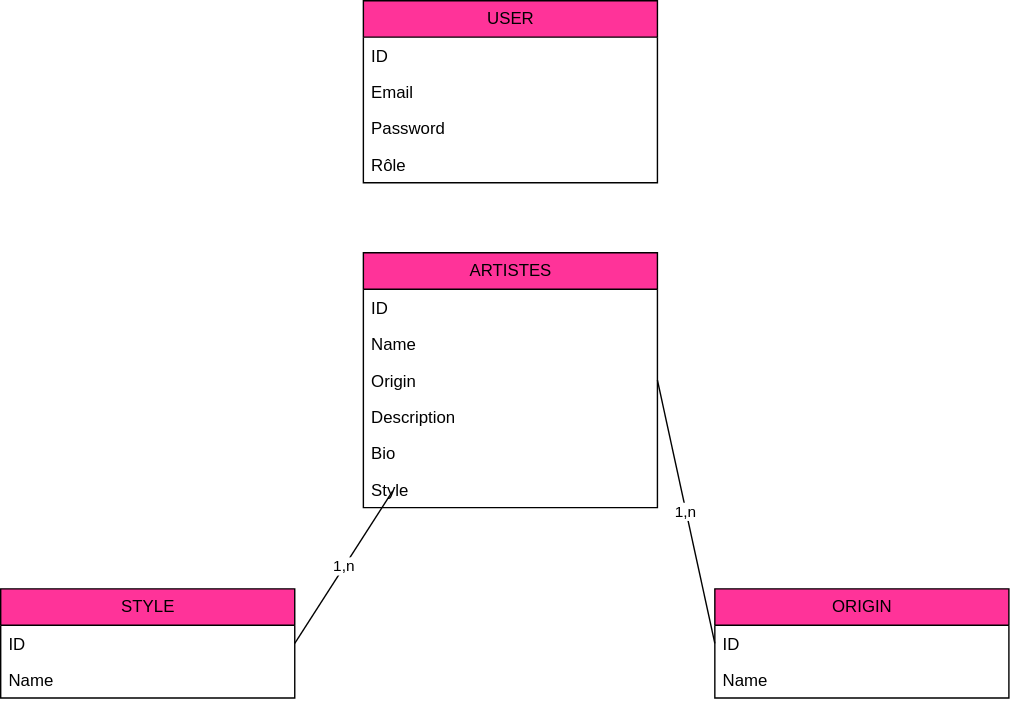
The draw.io diagram code/merise /MCD.drawio.svg in Domitch/souk-sonore-festival, before a commit. Source tidied: cells renumbered, new cells last; positions are measured from the earlier drawing's top-left corner, leaving out a move shared by most shapes.
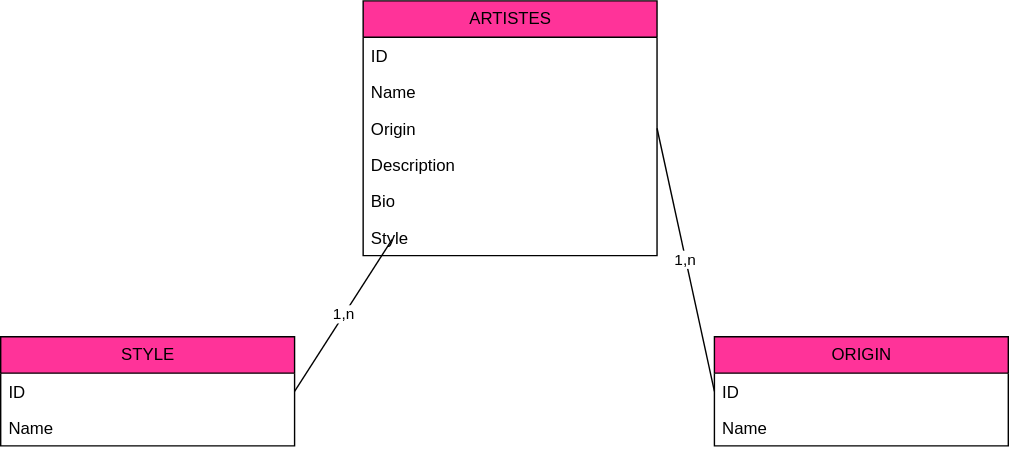
Above is the later version.

The edit, as a diff of the source:
```diff
@@ -2,21 +2,6 @@
   <root>
     <mxCell id="0" />
     <mxCell id="1" parent="0" />
-    <mxCell id="2" value="USER" style="swimlane;fontStyle=0;horizontal=1;startSize=26;fillColor=#FF3399;html=1;" parent="1" vertex="1">
-      <mxGeometry x="259" width="210" height="130" as="geometry" />
-    </mxCell>
-    <mxCell id="3" value="ID" style="text;strokeColor=none;fillColor=none;align=left;verticalAlign=top;spacingLeft=4;spacingRight=4;overflow=hidden;whiteSpace=wrap;html=1;" parent="2" vertex="1">
-      <mxGeometry y="26" width="210" height="26" as="geometry" />
-    </mxCell>
-    <mxCell id="4" value="Email&lt;span style=&quot;white-space: pre;&quot;&gt;&#9;&lt;/span&gt;" style="text;strokeColor=none;fillColor=none;align=left;verticalAlign=top;spacingLeft=4;spacingRight=4;overflow=hidden;whiteSpace=wrap;html=1;" parent="2" vertex="1">
-      <mxGeometry y="52" width="210" height="26" as="geometry" />
-    </mxCell>
-    <mxCell id="5" value="Password" style="text;strokeColor=none;fillColor=none;align=left;verticalAlign=top;spacingLeft=4;spacingRight=4;overflow=hidden;whiteSpace=wrap;html=1;" parent="2" vertex="1">
-      <mxGeometry y="78" width="210" height="26" as="geometry" />
-    </mxCell>
-    <mxCell id="6" value="Rôle" style="text;strokeColor=none;fillColor=none;align=left;verticalAlign=top;spacingLeft=4;spacingRight=4;overflow=hidden;whiteSpace=wrap;html=1;" parent="2" vertex="1">
-      <mxGeometry y="104" width="210" height="26" as="geometry" />
-    </mxCell>
     <mxCell id="7" value="ARTISTES" style="swimlane;fontStyle=0;horizontal=1;startSize=26;fillColor=#FF3399;html=1;" parent="1" vertex="1">
       <mxGeometry x="259" y="180" width="210" height="182" as="geometry" />
     </mxCell>
```
